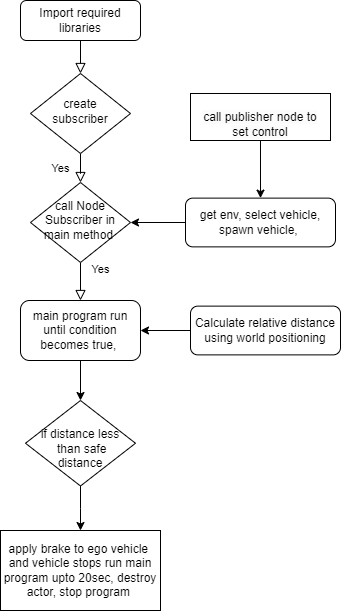
Above: Untitled Diagram.drawio.png in bapukokare/assignment (draw.io), before the change. Source tidied: cells renumbered, new cells last; positions are measured from the earlier drawing's top-left corner, leaving out a move shared by most shapes.
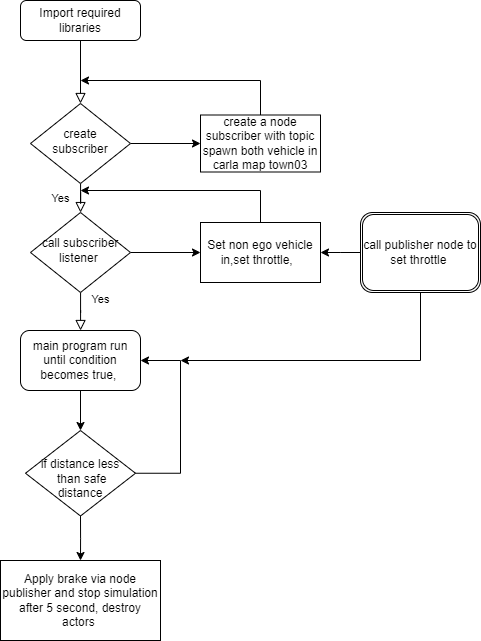
Later version of the same file.

Diff of the diagram source:
```diff
@@ -6,11 +6,14 @@
       <mxGeometry relative="1" as="geometry" />
     </mxCell>
     <mxCell id="3" value="Import required libraries" style="rounded=1;whiteSpace=wrap;html=1;fontSize=12;glass=0;strokeWidth=1;shadow=0;" parent="1" vertex="1">
-      <mxGeometry x="20" width="120" height="40" as="geometry" />
+      <mxGeometry x="20" y="-30" width="120" height="40" as="geometry" />
     </mxCell>
     <mxCell id="4" value="Yes" style="rounded=0;html=1;jettySize=auto;fontSize=11;endArrow=block;endFill=0;endSize=8;strokeWidth=1;shadow=0;labelBackgroundColor=none;edgeStyle=orthogonalEdgeStyle;" parent="1" edge="1" source="5" target="7">
       <mxGeometry y="20" relative="1" as="geometry" />
     </mxCell>
+    <mxCell id="19" style="edgeStyle=orthogonalEdgeStyle;rounded=0;jettySize=auto;html=1;" parent="1" edge="1" source="5" target="23">
+      <mxGeometry relative="1" as="geometry" />
+    </mxCell>
     <mxCell id="5" value="create subscriber" style="rhombus;whiteSpace=wrap;html=1;shadow=0;fontFamily=Helvetica;fontSize=12;align=center;strokeWidth=1;spacing=6;spacingTop=-4;" parent="1" vertex="1">
       <mxGeometry x="30" y="73" width="100" height="80" as="geometry" />
     </mxCell>
@@ -19,22 +22,19 @@
         <mxPoint y="-1" as="offset" />
       </mxGeometry>
     </mxCell>
+    <mxCell id="20" style="edgeStyle=orthogonalEdgeStyle;rounded=0;jettySize=auto;html=1;entryX=0;entryY=0.5;entryDx=0;entryDy=0;" parent="1" edge="1" source="7" target="25">
+      <mxGeometry relative="1" as="geometry" />
+    </mxCell>
-    <mxCell id="7" value="call Node Subscriber in main method&amp;nbsp;" style="rhombus;whiteSpace=wrap;html=1;shadow=0;fontFamily=Helvetica;fontSize=12;align=center;strokeWidth=1;spacing=6;spacingTop=-4;" parent="1" vertex="1">
+    <mxCell id="7" value="call subscriber listener&amp;nbsp;" style="rhombus;whiteSpace=wrap;html=1;shadow=0;fontFamily=Helvetica;fontSize=12;align=center;strokeWidth=1;spacing=6;spacingTop=-4;" parent="1" vertex="1">
       <mxGeometry x="30" y="182" width="100" height="80" as="geometry" />
     </mxCell>
-    <mxCell id="8" style="edgeStyle=orthogonalEdgeStyle;rounded=0;jettySize=auto;html=1;entryX=1;entryY=0.5;entryDx=0;entryDy=0;" parent="1" edge="1" source="9" target="11">
-      <mxGeometry relative="1" as="geometry" />
-    </mxCell>
-    <mxCell id="9" value="Calculate relative distance using world positioning" style="rounded=1;whiteSpace=wrap;html=1;fontSize=12;glass=0;strokeWidth=1;shadow=0;" parent="1" vertex="1">
-      <mxGeometry x="190" y="305.6" width="150" height="48.8" as="geometry" />
-    </mxCell>
     <mxCell id="10" style="edgeStyle=orthogonalEdgeStyle;rounded=0;jettySize=auto;html=1;entryX=0.5;entryY=0;entryDx=0;entryDy=0;" parent="1" edge="1" source="11" target="14">
       <mxGeometry relative="1" as="geometry" />
     </mxCell>
     <mxCell id="11" value="main program run until condition becomes true,&amp;nbsp;" style="rounded=1;whiteSpace=wrap;html=1;" parent="1" vertex="1">
       <mxGeometry x="20" y="300" width="120" height="60" as="geometry" />
     </mxCell>
-    <mxCell id="12" value="apply brake to ego vehicle&amp;nbsp; and vehicle stops run main program upto 20sec, destroy actor, stop program&amp;nbsp;" style="rounded=0;whiteSpace=wrap;html=1;" parent="1" vertex="1">
+    <mxCell id="12" value="Apply brake via node publisher and stop simulation after 5 second, destroy actors&amp;nbsp;" style="rounded=0;whiteSpace=wrap;html=1;" parent="1" vertex="1">
       <mxGeometry y="530" width="160" height="80" as="geometry" />
     </mxCell>
     <mxCell id="13" style="edgeStyle=orthogonalEdgeStyle;rounded=0;jettySize=auto;html=1;exitX=0.5;exitY=1;exitDx=0;exitDy=0;entryX=0.5;entryY=0;entryDx=0;entryDy=0;" parent="1" edge="1" source="14">
@@ -42,20 +42,51 @@
         <mxPoint x="80" y="530" as="targetPoint" />
       </mxGeometry>
     </mxCell>
+    <mxCell id="21" style="edgeStyle=elbowEdgeStyle;rounded=0;jettySize=auto;html=1;entryX=1;entryY=0.5;entryDx=0;entryDy=0;" parent="1" edge="1" source="14" target="11">
+      <mxGeometry relative="1" as="geometry">
+        <Array as="points">
+          <mxPoint x="180" y="390" />
+        </Array>
+      </mxGeometry>
+    </mxCell>
     <mxCell id="14" value="&lt;br&gt;if distance less&lt;br&gt;&amp;nbsp;than safe &lt;br&gt;distance" style="rhombus;whiteSpace=wrap;html=1;shadow=0;fontFamily=Helvetica;fontSize=12;align=center;strokeWidth=1;spacing=6;spacingTop=-4;" parent="1" vertex="1">
       <mxGeometry x="25" y="400" width="110" height="85.5" as="geometry" />
     </mxCell>
-    <mxCell id="15" style="edgeStyle=orthogonalEdgeStyle;rounded=0;jettySize=auto;html=1;entryX=0.5;entryY=0;entryDx=0;entryDy=0;exitX=0.5;exitY=1;exitDx=0;exitDy=0;" parent="1" edge="1" source="18" target="17">
-      <mxGeometry relative="1" as="geometry" />
-    </mxCell>
-    <mxCell id="16" style="edgeStyle=orthogonalEdgeStyle;rounded=0;jettySize=auto;html=1;entryX=1;entryY=0.5;entryDx=0;entryDy=0;" parent="1" edge="1" source="17" target="7">
-      <mxGeometry relative="1" as="geometry" />
-    </mxCell>
-    <mxCell id="17" value="get env, select vehicle, spawn vehicle,&amp;nbsp;" style="rounded=1;whiteSpace=wrap;html=1;fontSize=12;glass=0;strokeWidth=1;shadow=0;" parent="1" vertex="1">
-      <mxGeometry x="185" y="197.6" width="150" height="48.8" as="geometry" />
-    </mxCell>
-    <mxCell id="18" value="&lt;br&gt;&lt;span style=&quot;color: rgb(0, 0, 0); font-family: Helvetica; font-size: 12px; font-style: normal; font-variant-ligatures: normal; font-variant-caps: normal; font-weight: 400; letter-spacing: normal; orphans: 2; text-align: center; text-indent: 0px; text-transform: none; widows: 2; word-spacing: 0px; -webkit-text-stroke-width: 0px; background-color: rgb(251, 251, 251); text-decoration-thickness: initial; text-decoration-style: initial; text-decoration-color: initial; float: none; display: inline !important;&quot;&gt;call&amp;nbsp;&lt;/span&gt;&lt;span style=&quot;color: rgb(0, 0, 0); font-family: Helvetica; font-size: 12px; font-style: normal; font-variant-ligatures: normal; font-variant-caps: normal; font-weight: 400; letter-spacing: normal; orphans: 2; text-align: center; text-indent: 0px; text-transform: none; widows: 2; word-spacing: 0px; -webkit-text-stroke-width: 0px; background-color: rgb(251, 251, 251); text-decoration-thickness: initial; text-decoration-style: initial; text-decoration-color: initial; float: none; display: inline !important;&quot;&gt;publisher&amp;nbsp;&lt;/span&gt;&lt;span style=&quot;color: rgb(0, 0, 0); font-family: Helvetica; font-size: 12px; font-style: normal; font-variant-ligatures: normal; font-variant-caps: normal; font-weight: 400; letter-spacing: normal; orphans: 2; text-align: center; text-indent: 0px; text-transform: none; widows: 2; word-spacing: 0px; -webkit-text-stroke-width: 0px; background-color: rgb(251, 251, 251); text-decoration-thickness: initial; text-decoration-style: initial; text-decoration-color: initial; float: none; display: inline !important;&quot;&gt;node to&lt;/span&gt;&lt;br style=&quot;border-color: var(--border-color); color: rgb(0, 0, 0); font-family: Helvetica; font-size: 12px; font-style: normal; font-variant-ligatures: normal; font-variant-caps: normal; font-weight: 400; letter-spacing: normal; orphans: 2; text-align: center; text-indent: 0px; text-transform: none; widows: 2; word-spacing: 0px; -webkit-text-stroke-width: 0px; background-color: rgb(251, 251, 251); text-decoration-thickness: initial; text-decoration-style: initial; text-decoration-color: initial;&quot;&gt;&lt;span style=&quot;color: rgb(0, 0, 0); font-family: Helvetica; font-size: 12px; font-style: normal; font-variant-ligatures: normal; font-variant-caps: normal; font-weight: 400; letter-spacing: normal; orphans: 2; text-align: center; text-indent: 0px; text-transform: none; widows: 2; word-spacing: 0px; -webkit-text-stroke-width: 0px; background-color: rgb(251, 251, 251); text-decoration-thickness: initial; text-decoration-style: initial; text-decoration-color: initial; float: none; display: inline !important;&quot;&gt;set control&lt;/span&gt;&lt;br&gt;" style="rounded=0;whiteSpace=wrap;html=1;" parent="1" vertex="1">
-      <mxGeometry x="190" y="93" width="140" height="47" as="geometry" />
-    </mxCell>
+    <mxCell id="22" style="edgeStyle=elbowEdgeStyle;rounded=0;jettySize=auto;html=1;exitX=0.5;exitY=0;exitDx=0;exitDy=0;" parent="1" edge="1" source="23">
+      <mxGeometry relative="1" as="geometry">
+        <mxPoint x="80" y="50" as="targetPoint" />
+        <Array as="points">
+          <mxPoint x="260" y="70" />
+        </Array>
+      </mxGeometry>
+    </mxCell>
+    <mxCell id="23" value="create a node subscriber with topic spawn both vehicle in carla map town03" style="rounded=0;whiteSpace=wrap;html=1;" parent="1" vertex="1">
+      <mxGeometry x="200" y="84.5" width="120" height="57" as="geometry" />
+    </mxCell>
+    <mxCell id="24" style="edgeStyle=elbowEdgeStyle;rounded=0;jettySize=auto;html=1;exitX=0.5;exitY=0;exitDx=0;exitDy=0;" parent="1" edge="1" source="25">
+      <mxGeometry relative="1" as="geometry">
+        <mxPoint x="80" y="160" as="targetPoint" />
+        <Array as="points">
+          <mxPoint x="260" y="170" />
+        </Array>
+      </mxGeometry>
+    </mxCell>
+    <mxCell id="25" value="Set non ego vehicle in,set throttle,&amp;nbsp;&amp;nbsp;" style="rounded=0;whiteSpace=wrap;html=1;" parent="1" vertex="1">
+      <mxGeometry x="200" y="192" width="120" height="60" as="geometry" />
+    </mxCell>
+    <mxCell id="26" style="edgeStyle=elbowEdgeStyle;rounded=0;jettySize=auto;html=1;entryX=1;entryY=0.5;entryDx=0;entryDy=0;" parent="1" edge="1" source="28" target="25">
+      <mxGeometry relative="1" as="geometry" />
+    </mxCell>
+    <mxCell id="27" style="edgeStyle=elbowEdgeStyle;rounded=0;jettySize=auto;html=1;exitX=0.5;exitY=1;exitDx=0;exitDy=0;" parent="1" edge="1" source="28">
+      <mxGeometry relative="1" as="geometry">
+        <mxPoint x="180" y="330" as="targetPoint" />
+        <Array as="points">
+          <mxPoint x="420" y="300" />
+        </Array>
+      </mxGeometry>
+    </mxCell>
+    <mxCell id="28" value="call publisher node to set throttle&amp;nbsp;" style="shape=ext;double=1;rounded=1;whiteSpace=wrap;html=1;" parent="1" vertex="1">
+      <mxGeometry x="360" y="182" width="120" height="80" as="geometry" />
+    </mxCell>
   </root>
 </mxGraphModel>
```
